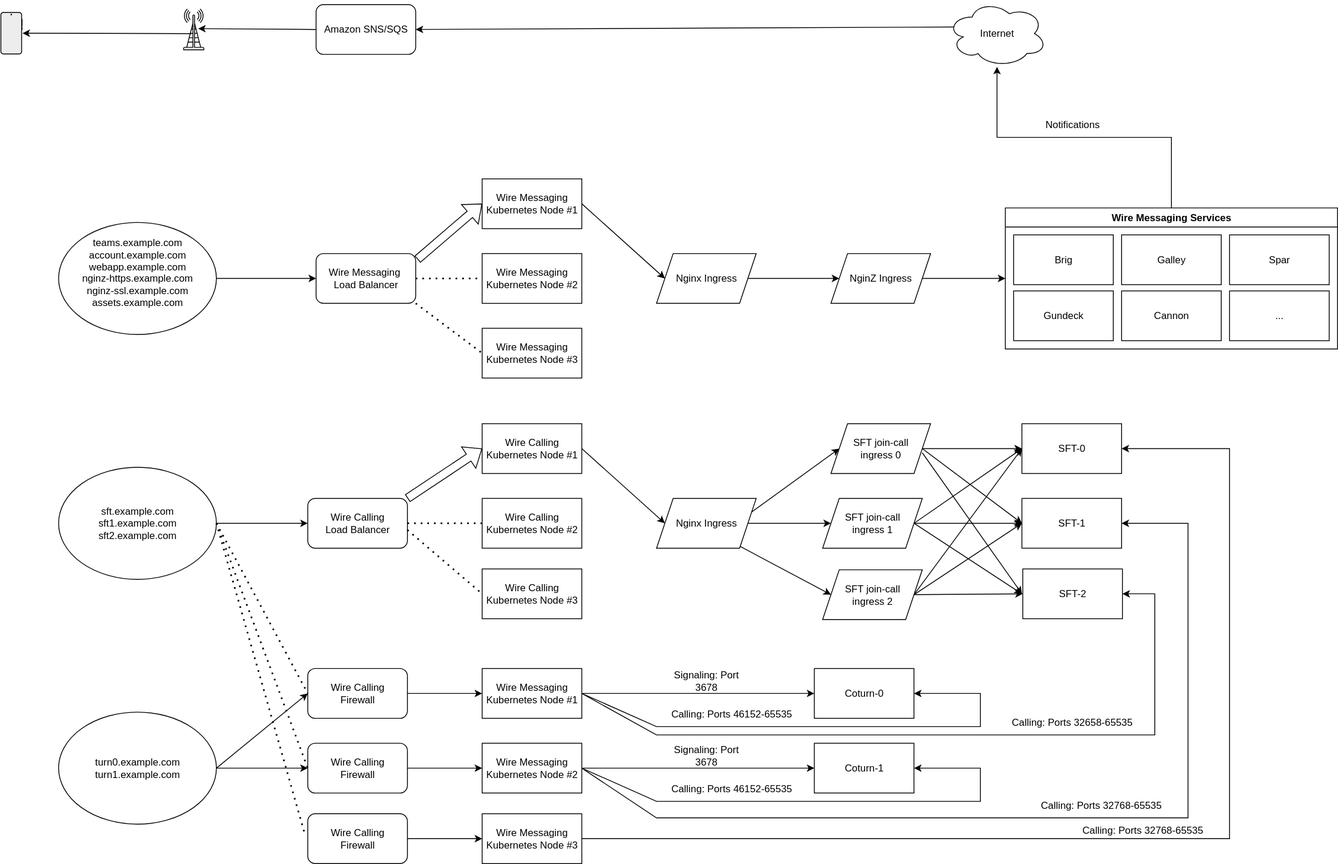
Above: src/understand/img/traffic-simple.svg in wireapp/wire-docs (draw.io), before the change. Source tidied: cells renumbered, new cells last; positions are measured from the earlier drawing's top-left corner, leaving out a move shared by most shapes.
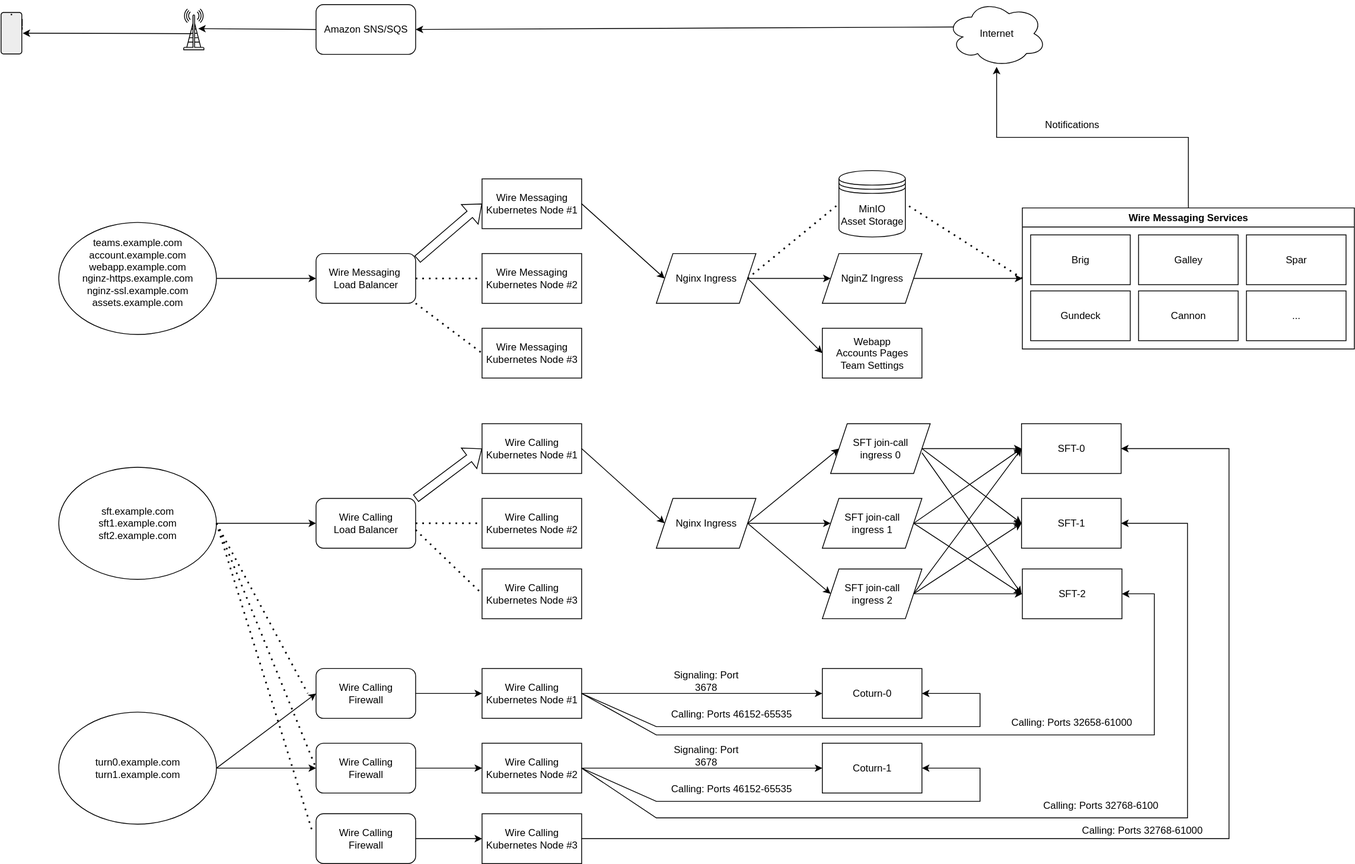
The same file after the commit.

Commit message:
add the simple traffic diagram's drawio file, and adjust it to correct errors, and add minio / webapps.

Diff of the diagram source:
```diff
@@ -9,10 +9,10 @@
       <mxGeometry x="380" y="305" width="120" height="60" as="geometry" />
     </mxCell>
     <mxCell id="4" value="Wire Calling&lt;br&gt;&lt;div&gt;Load Balancer&lt;/div&gt;" style="rounded=1;whiteSpace=wrap;html=1;" parent="1" vertex="1">
-      <mxGeometry x="370" y="600" width="120" height="60" as="geometry" />
+      <mxGeometry x="380" y="600" width="120" height="60" as="geometry" />
     </mxCell>
     <mxCell id="5" value="Wire Calling&lt;br&gt;&lt;div&gt;Firewall&lt;/div&gt;" style="rounded=1;whiteSpace=wrap;html=1;" parent="1" vertex="1">
-      <mxGeometry x="370" y="895" width="120" height="60" as="geometry" />
+      <mxGeometry x="380" y="895" width="120" height="60" as="geometry" />
     </mxCell>
     <mxCell id="6" value="&lt;div&gt;Wire Messaging Kubernetes Node #2&lt;/div&gt;" style="rounded=0;whiteSpace=wrap;html=1;" parent="1" vertex="1">
       <mxGeometry x="580" y="305" width="120" height="60" as="geometry" />
@@ -59,7 +59,7 @@
       <mxGeometry relative="1" as="geometry" />
     </mxCell>
     <mxCell id="20" value="NginZ Ingress" style="shape=parallelogram;perimeter=parallelogramPerimeter;whiteSpace=wrap;html=1;fixedSize=1;" parent="1" vertex="1">
-      <mxGeometry x="1000" y="305" width="120" height="60" as="geometry" />
+      <mxGeometry x="990" y="305" width="120" height="60" as="geometry" />
     </mxCell>
     <mxCell id="21" style="endArrow=classic;html=1;rounded=0;exitX=1;exitY=0.5;exitDx=0;exitDy=0;entryX=0;entryY=0.5;entryDx=0;entryDy=0;" parent="1" edge="1" source="9" target="20">
       <mxGeometry relative="1" as="geometry" />
@@ -71,7 +71,7 @@
       <mxGeometry relative="1" as="geometry" />
     </mxCell>
     <mxCell id="24" value="Wire Messaging Services" style="swimlane;whiteSpace=wrap;html=1;" parent="1" vertex="1">
-      <mxGeometry x="1210" y="250" width="400" height="170" as="geometry" />
+      <mxGeometry x="1231" y="250" width="400" height="170" as="geometry" />
     </mxCell>
     <mxCell id="25" value="Brig" style="rounded=0;whiteSpace=wrap;html=1;" parent="24" vertex="1">
       <mxGeometry x="10" y="32.5" width="120" height="60" as="geometry" />
@@ -127,15 +127,15 @@
       <mxGeometry x="990" y="600" width="120" height="60" as="geometry" />
     </mxCell>
     <mxCell id="42" value="SFT join-call&lt;br&gt;ingress 2" style="shape=parallelogram;perimeter=parallelogramPerimeter;whiteSpace=wrap;html=1;fixedSize=1;" parent="1" vertex="1">
-      <mxGeometry x="990" y="686" width="120" height="60" as="geometry" />
+      <mxGeometry x="990" y="685" width="120" height="60" as="geometry" />
     </mxCell>
-    <mxCell id="43" style="endArrow=classic;html=1;rounded=0;entryX=0;entryY=0.5;entryDx=0;entryDy=0;exitX=1;exitY=0.25;exitDx=0;exitDy=0;" parent="1" edge="1" source="13" target="37">
+    <mxCell id="43" style="endArrow=classic;html=1;rounded=0;entryX=0;entryY=0.5;entryDx=0;entryDy=0;exitX=1;exitY=0.5;exitDx=0;exitDy=0;" parent="1" edge="1" source="13" target="37">
       <mxGeometry relative="1" as="geometry" />
     </mxCell>
     <mxCell id="44" style="endArrow=classic;html=1;rounded=0;exitX=1;exitY=0.5;exitDx=0;exitDy=0;entryX=0;entryY=0.5;entryDx=0;entryDy=0;" parent="1" edge="1" source="13" target="41">
       <mxGeometry relative="1" as="geometry" />
     </mxCell>
-    <mxCell id="45" style="endArrow=classic;html=1;rounded=0;entryX=0;entryY=0.5;entryDx=0;entryDy=0;exitX=0.842;exitY=0.967;exitDx=0;exitDy=0;exitPerimeter=0;" parent="1" edge="1" source="13" target="42">
+    <mxCell id="45" style="endArrow=classic;html=1;rounded=0;entryX=0;entryY=0.5;entryDx=0;entryDy=0;exitX=1;exitY=0.5;exitDx=0;exitDy=0;" parent="1" edge="1" source="13" target="42">
       <mxGeometry relative="1" as="geometry" />
     </mxCell>
     <mxCell id="46" value="SFT-2" style="rounded=0;whiteSpace=wrap;html=1;" parent="1" vertex="1">
@@ -173,23 +173,23 @@
         <mxPoint x="1230" y="715" as="targetPoint" />
       </mxGeometry>
     </mxCell>
-    <mxCell id="56" value="&lt;div&gt;Wire Messaging Kubernetes Node #2&lt;/div&gt;" style="rounded=0;whiteSpace=wrap;html=1;" parent="1" vertex="1">
+    <mxCell id="56" value="&lt;div&gt;Wire Calling Kubernetes Node #2&lt;/div&gt;" style="rounded=0;whiteSpace=wrap;html=1;" parent="1" vertex="1">
       <mxGeometry x="580" y="895" width="120" height="60" as="geometry" />
     </mxCell>
-    <mxCell id="57" value="&lt;div&gt;Wire Messaging Kubernetes Node #3&lt;/div&gt;" style="rounded=0;whiteSpace=wrap;html=1;" parent="1" vertex="1">
+    <mxCell id="57" value="&lt;div&gt;Wire Calling Kubernetes Node #3&lt;/div&gt;" style="rounded=0;whiteSpace=wrap;html=1;" parent="1" vertex="1">
       <mxGeometry x="580" y="980" width="120" height="60" as="geometry" />
     </mxCell>
-    <mxCell id="58" value="&lt;div&gt;Wire Messaging Kubernetes Node #1&lt;/div&gt;" style="rounded=0;whiteSpace=wrap;html=1;" parent="1" vertex="1">
+    <mxCell id="58" value="&lt;div&gt;Wire Calling Kubernetes Node #1&lt;/div&gt;" style="rounded=0;whiteSpace=wrap;html=1;" parent="1" vertex="1">
       <mxGeometry x="580" y="805" width="120" height="60" as="geometry" />
     </mxCell>
     <mxCell id="59" style="endArrow=none;dashed=1;html=1;dashPattern=1 3;strokeWidth=2;rounded=0;exitX=1;exitY=0.633;exitDx=0;exitDy=0;exitPerimeter=0;entryX=0;entryY=0.5;entryDx=0;entryDy=0;" parent="1" edge="1" source="4" target="11">
       <mxGeometry relative="1" as="geometry" />
     </mxCell>
     <mxCell id="60" value="Wire Calling&lt;br&gt;&lt;div&gt;Firewall&lt;/div&gt;" style="rounded=1;whiteSpace=wrap;html=1;" parent="1" vertex="1">
-      <mxGeometry x="370" y="805" width="120" height="60" as="geometry" />
+      <mxGeometry x="380" y="805" width="120" height="60" as="geometry" />
     </mxCell>
     <mxCell id="61" value="Wire Calling&lt;br&gt;&lt;div&gt;Firewall&lt;/div&gt;" style="rounded=1;whiteSpace=wrap;html=1;" parent="1" vertex="1">
-      <mxGeometry x="370" y="980" width="120" height="60" as="geometry" />
+      <mxGeometry x="380" y="980" width="120" height="60" as="geometry" />
     </mxCell>
     <mxCell id="62" style="endArrow=classic;html=1;rounded=0;exitX=1;exitY=0.5;exitDx=0;exitDy=0;entryX=0;entryY=0.5;entryDx=0;entryDy=0;" parent="1" edge="1" source="60" target="58">
       <mxGeometry relative="1" as="geometry" />
@@ -201,7 +201,7 @@
       <mxGeometry relative="1" as="geometry" />
     </mxCell>
     <mxCell id="65" value="Coturn-0" style="rounded=0;whiteSpace=wrap;html=1;" parent="1" vertex="1">
-      <mxGeometry x="980" y="805" width="120" height="60" as="geometry" />
+      <mxGeometry x="990" y="805" width="120" height="60" as="geometry" />
     </mxCell>
     <mxCell id="66" style="endArrow=classic;html=1;rounded=0;exitX=1;exitY=0.5;exitDx=0;exitDy=0;entryX=0;entryY=0.5;entryDx=0;entryDy=0;" parent="1" edge="1" source="58" target="65">
       <mxGeometry relative="1" as="geometry" />
@@ -210,7 +210,7 @@
       <mxGeometry x="795" y="805" width="110" height="30" as="geometry" />
     </mxCell>
     <mxCell id="68" value="Coturn-1" style="rounded=0;whiteSpace=wrap;html=1;" parent="1" vertex="1">
-      <mxGeometry x="980" y="895" width="120" height="60" as="geometry" />
+      <mxGeometry x="990" y="895" width="120" height="60" as="geometry" />
     </mxCell>
     <mxCell id="69" style="endArrow=classic;html=1;rounded=0;exitX=1;exitY=0.5;exitDx=0;exitDy=0;entryX=0;entryY=0.5;entryDx=0;entryDy=0;" parent="1" edge="1" source="56" target="68">
       <mxGeometry relative="1" as="geometry" />
@@ -252,7 +252,7 @@
     <mxCell id="75" value="Calling: Ports 46152-65535" style="text;html=1;align=center;verticalAlign=middle;strokeColor=none;fillColor=none;" parent="1" vertex="1">
       <mxGeometry x="795" y="935" width="170" height="30" as="geometry" />
     </mxCell>
-    <mxCell id="76" value="Calling: Ports 32768-65535" style="text;html=1;align=center;verticalAlign=middle;strokeColor=none;fillColor=none;" parent="1" vertex="1">
+    <mxCell id="76" value="Calling: Ports 32768-61000" style="text;html=1;align=center;verticalAlign=middle;strokeColor=none;fillColor=none;" parent="1" vertex="1">
       <mxGeometry x="1290" y="985" width="170" height="30" as="geometry" />
     </mxCell>
     <mxCell id="77" style="endArrow=classic;html=1;rounded=0;exitX=1;exitY=0.5;exitDx=0;exitDy=0;entryX=1;entryY=0.5;entryDx=0;entryDy=0;" parent="1" edge="1" source="58" target="46">
@@ -264,7 +264,7 @@
         </Array>
       </mxGeometry>
     </mxCell>
-    <mxCell id="78" value="Calling: Ports 32658-65535" style="text;html=1;align=center;verticalAlign=middle;strokeColor=none;fillColor=none;" parent="1" vertex="1">
+    <mxCell id="78" value="Calling: Ports 32658-61000" style="text;html=1;align=center;verticalAlign=middle;strokeColor=none;fillColor=none;" parent="1" vertex="1">
       <mxGeometry x="1205" y="855" width="170" height="30" as="geometry" />
     </mxCell>
     <mxCell id="79" style="endArrow=classic;html=1;rounded=0;exitX=1;exitY=0.5;exitDx=0;exitDy=0;entryX=1;entryY=0.5;entryDx=0;entryDy=0;" parent="1" edge="1" source="56" target="36">
@@ -276,8 +276,8 @@
         </Array>
       </mxGeometry>
     </mxCell>
-    <mxCell id="80" value="Calling: Ports 32768-65535" style="text;html=1;align=center;verticalAlign=middle;strokeColor=none;fillColor=none;" parent="1" vertex="1">
-      <mxGeometry x="1240" y="955" width="170" height="30" as="geometry" />
+    <mxCell id="80" value="Calling: Ports 32768-6100" style="text;html=1;align=center;verticalAlign=middle;strokeColor=none;fillColor=none;" parent="1" vertex="1">
+      <mxGeometry x="1245" y="955" width="160" height="30" as="geometry" />
     </mxCell>
     <mxCell id="81" value="Internet" style="ellipse;shape=cloud;whiteSpace=wrap;html=1;" parent="1" vertex="1">
       <mxGeometry x="1140" width="120" height="80" as="geometry" />
@@ -314,5 +314,22 @@
     <mxCell id="91" style="endArrow=none;dashed=1;html=1;dashPattern=1 3;strokeWidth=2;rounded=0;exitX=1;exitY=0.5;exitDx=0;exitDy=0;entryX=-0.033;entryY=0.383;entryDx=0;entryDy=0;entryPerimeter=0;" parent="1" edge="1" source="85" target="61">
       <mxGeometry relative="1" as="geometry" />
     </mxCell>
+    <mxCell id="92" style="endArrow=none;dashed=1;html=1;dashPattern=1 3;strokeWidth=2;rounded=0;entryX=0;entryY=0.5;entryDx=0;entryDy=0;" parent="1" edge="1" target="94">
+      <mxGeometry relative="1" as="geometry">
+        <mxPoint x="900" y="335" as="sourcePoint" />
+      </mxGeometry>
+    </mxCell>
+    <mxCell id="93" style="endArrow=none;dashed=1;html=1;dashPattern=1 3;strokeWidth=2;rounded=0;exitX=0;exitY=0.5;exitDx=0;exitDy=0;entryX=1;entryY=0.5;entryDx=0;entryDy=0;" parent="1" edge="1" source="24" target="94">
+      <mxGeometry relative="1" as="geometry" />
+    </mxCell>
+    <mxCell id="94" value="MinIO&lt;br&gt;Asset Storage" style="shape=datastore;whiteSpace=wrap;html=1;" parent="1" vertex="1">
+      <mxGeometry x="1010" y="205" width="80" height="80" as="geometry" />
+    </mxCell>
+    <mxCell id="95" value="Webapp&lt;br&gt;Accounts Pages&lt;br&gt;Team Settings" style="rounded=0;whiteSpace=wrap;html=1;" parent="1" vertex="1">
+      <mxGeometry x="990" y="395" width="120" height="60" as="geometry" />
+    </mxCell>
+    <mxCell id="96" style="endArrow=classic;html=1;rounded=0;exitX=1;exitY=0.5;exitDx=0;exitDy=0;entryX=0;entryY=0.5;entryDx=0;entryDy=0;" parent="1" edge="1" source="9" target="95">
+      <mxGeometry relative="1" as="geometry" />
+    </mxCell>
   </root>
 </mxGraphModel>
```
